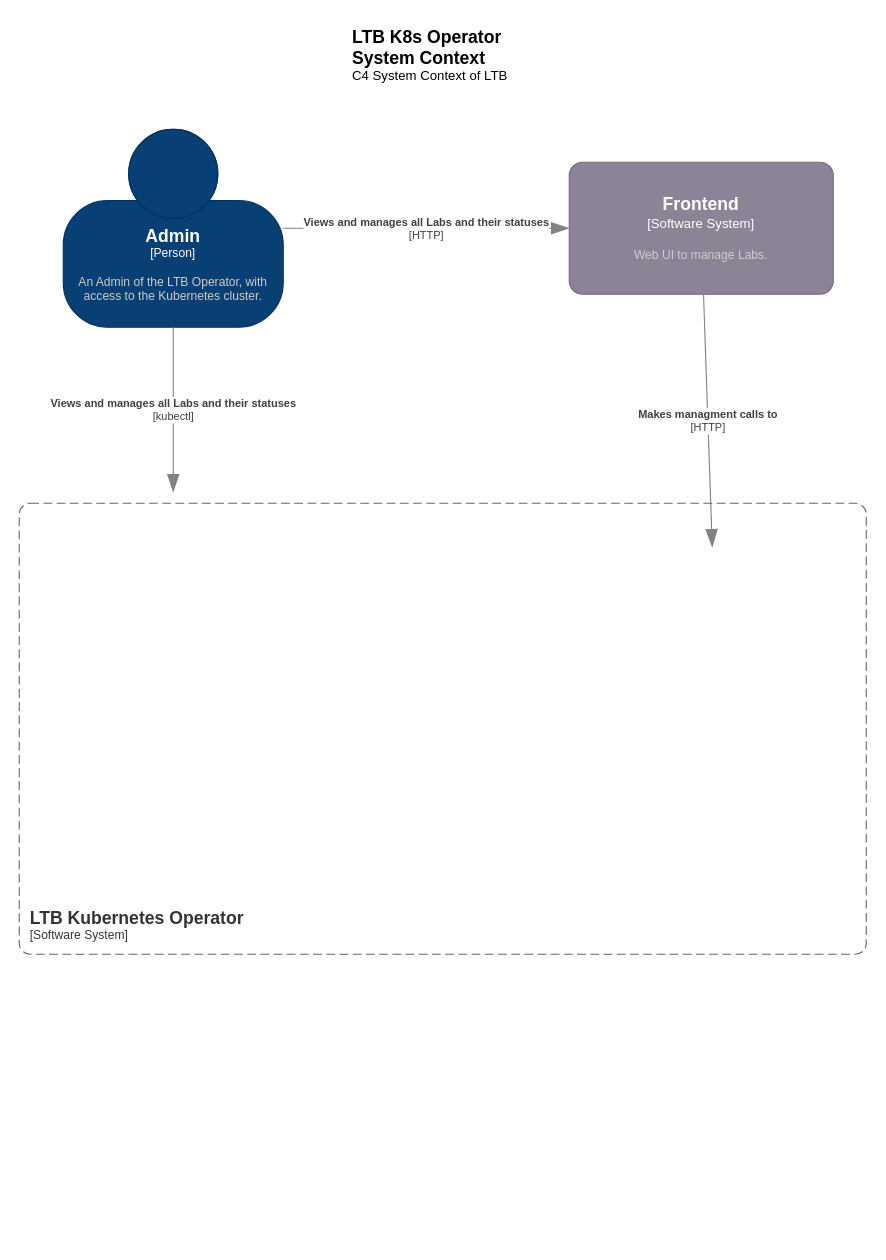
Before: page "Container" (2 of 3) of docs/assets/drawings/C4-Model.drawio in Lab-Topology-Builder/LTB-K8s-Backend, a draw.io diagram. Source tidied: cells renumbered, new cells numbered last; positions are measured from the earlier drawing's top-left corner, leaving out a move shared by most shapes. Both pictures are drawn from the tidied source at 110%, with x=0, y=0 at pixel (19, 19).
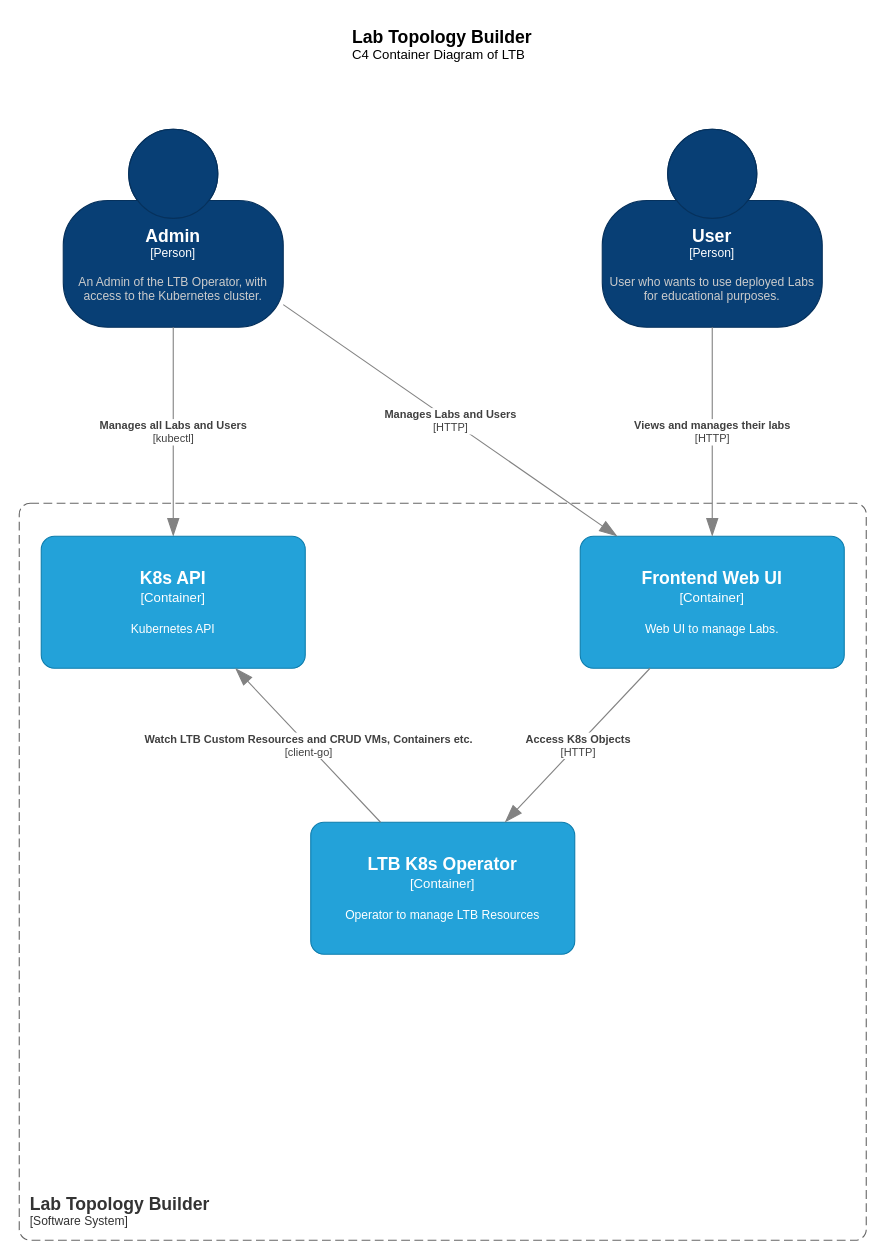
After the change.

The change refers to these unchanged cells:
```xml
<object id="2" label="&lt;font style=&quot;font-size: 16px&quot;&gt;&lt;b&gt;%c4Name%&lt;/b&gt;&lt;/font&gt;&lt;div&gt;[%c4Type%]&lt;/div&gt;&lt;br&gt;&lt;div&gt;&lt;font style=&quot;font-size: 11px&quot;&gt;&lt;font color=&quot;#cccccc&quot;&gt;%c4Description%&lt;/font&gt;&lt;/div&gt;" c4Description="An Admin of the LTB Operator, with access to the Kubernetes cluster." c4Name="Admin" c4Type="Person" placeholders="1">
  <mxCell style="html=1;fontSize=11;dashed=0;whiteSpace=wrap;fillColor=#083F75;strokeColor=#06315C;fontColor=#ffffff;shape=mxgraph.c4.person2;align=center;points=[[0.5,0,0],[1,0.5,0],[1,0.75,0],[0.75,1,0],[0.5,1,0],[0.25,1,0],[0,0.75,0],[0,0.5,0]];" parent="1" vertex="1">
    <mxGeometry x="40" y="100" width="200" height="180" as="geometry" />
  </mxCell>
</object>
```

Change to the diagram source:
```diff
@@
-    <object id="3" label="&lt;font style=&quot;font-size: 16px&quot;&gt;&lt;b&gt;%c4Name%&lt;/b&gt;&lt;/font&gt;&lt;div&gt;[%c4Type%]&lt;/div&gt;&lt;br&gt;&lt;div&gt;&lt;font style=&quot;font-size: 11px&quot;&gt;&lt;font color=&quot;#cccccc&quot;&gt;%c4Description%&lt;/font&gt;&lt;/div&gt;" c4Description="Web UI to manage Labs." c4Name="Frontend" c4Type="Software System" placeholders="1">
-      <mxCell style="rounded=1;whiteSpace=wrap;html=1;labelBackgroundColor=none;fillColor=#8C8496;fontColor=#ffffff;align=center;arcSize=10;strokeColor=#736782;points=[[0.25,0,0],[0.5,0,0],[0.75,0,0],[1,0.25,0],[1,0.5,0],[1,0.75,0],[0.75,1,0],[0.5,1,0],[0.25,1,0],[0,0.75,0],[0,0.5,0],[0,0.25,0]];" parent="1" vertex="1">
-        <mxGeometry x="500" y="130" width="240" height="120" as="geometry" />
+    <object id="3" label="&lt;font style=&quot;font-size: 16px&quot;&gt;&lt;b&gt;%c4Name%&lt;/b&gt;&lt;/font&gt;&lt;div&gt;[%c4Type%]&lt;/div&gt;&lt;br&gt;&lt;div&gt;&lt;font style=&quot;font-size: 11px&quot;&gt;&lt;font&gt;%c4Description%&lt;/font&gt;&lt;/font&gt;&lt;/div&gt;" c4Description="Web UI to manage Labs." c4Name="Frontend Web UI" c4Type="Container" placeholders="1">
+      <mxCell style="rounded=1;whiteSpace=wrap;html=1;labelBackgroundColor=none;fillColor=#23A2D9;fontColor=#FFFFFF;align=center;arcSize=10;strokeColor=#0E7DAD;points=[[0.25,0,0],[0.5,0,0],[0.75,0,0],[1,0.25,0],[1,0.5,0],[1,0.75,0],[0.75,1,0],[0.5,1,0],[0.25,1,0],[0,0.75,0],[0,0.5,0],[0,0.25,0]];" parent="1" vertex="1">
+        <mxGeometry x="510" y="470" width="240" height="120" as="geometry" />
       </mxCell>
     </object>
-    <object id="4" label="&lt;font style=&quot;font-size: 16px&quot;&gt;&lt;b&gt;&lt;div style=&quot;text-align: left&quot;&gt;%c4Name%&lt;/div&gt;&lt;/b&gt;&lt;/font&gt;&lt;div style=&quot;text-align: left&quot;&gt;%c4Description%&lt;/div&gt;" c4Description="C4 System Context of LTB" c4Name="LTB K8s Operator System Context" placeholders="1">
+    <object id="4" label="&lt;font style=&quot;font-size: 16px&quot;&gt;&lt;b&gt;&lt;div style=&quot;text-align: left&quot;&gt;%c4Name%&lt;/div&gt;&lt;/b&gt;&lt;/font&gt;&lt;div style=&quot;text-align: left&quot;&gt;%c4Description%&lt;/div&gt;" c4Description="C4 Container Diagram of LTB" c4Name="Lab Topology Builder" placeholders="1">
       <mxCell style="text;html=1;strokeColor=none;fillColor=none;align=left;verticalAlign=top;whiteSpace=wrap;rounded=0;" parent="1" vertex="1">
         <mxGeometry x="301" width="166" height="40" as="geometry" />
       </mxCell>
     </object>
-    <object id="5" label="&lt;div style=&quot;text-align: left&quot;&gt;&lt;div style=&quot;text-align: center&quot;&gt;&lt;b&gt;%c4Description%&lt;/b&gt;&lt;/div&gt;&lt;div style=&quot;text-align: center&quot;&gt;[%c4Technology%]&lt;/div&gt;&lt;/div&gt;" c4Description="Makes managment calls to" c4Technology="HTTP" placeholders="1">
-      <mxCell style="endArrow=blockThin;html=1;fontSize=10;fontColor=#404040;strokeWidth=1;endFill=1;strokeColor=#828282;elbow=vertical;endSize=14;startSize=14;jumpStyle=arc;jumpSize=16;rounded=0;" parent="1" edge="1" source="3">
-        <mxGeometry relative="1" as="geometry">
-          <mxPoint x="630" y="480" as="targetPoint" />
-        </mxGeometry>
-      </mxCell>
-    </object>
-    <object id="6" label="&lt;div style=&quot;text-align: left&quot;&gt;&lt;div style=&quot;text-align: center&quot;&gt;&lt;b&gt;%c4Description%&lt;/b&gt;&lt;/div&gt;&lt;div style=&quot;text-align: center&quot;&gt;[%c4Technology%]&lt;/div&gt;&lt;/div&gt;" c4Description="Views and manages all Labs and their statuses" c4Technology="kubectl" placeholders="1">
-      <mxCell style="endArrow=blockThin;html=1;fontSize=10;fontColor=#404040;strokeWidth=1;endFill=1;strokeColor=#828282;elbow=vertical;endSize=14;startSize=14;jumpStyle=arc;jumpSize=16;rounded=0;edgeStyle=orthogonalEdgeStyle;" parent="1" edge="1" source="2">
-        <mxGeometry relative="1" as="geometry">
-          <mxPoint x="140" y="430" as="targetPoint" />
-        </mxGeometry>
+    <object id="6" label="&lt;div style=&quot;text-align: left&quot;&gt;&lt;div style=&quot;text-align: center&quot;&gt;&lt;b&gt;%c4Description%&lt;/b&gt;&lt;/div&gt;&lt;div style=&quot;text-align: center&quot;&gt;[%c4Technology%]&lt;/div&gt;&lt;/div&gt;" c4Description="Manages all Labs and Users" c4Technology="kubectl" placeholders="1">
+      <mxCell style="endArrow=blockThin;html=1;fontSize=10;fontColor=#404040;strokeWidth=1;endFill=1;strokeColor=#828282;elbow=vertical;endSize=14;startSize=14;jumpStyle=arc;jumpSize=16;rounded=0;" parent="1" edge="1" source="2" target="11">
+        <mxGeometry relative="1" as="geometry" />
       </mxCell>
     </object>
-    <object id="7" label="&lt;div style=&quot;text-align: left&quot;&gt;&lt;div style=&quot;text-align: center&quot;&gt;&lt;b&gt;%c4Description%&lt;/b&gt;&lt;/div&gt;&lt;div style=&quot;text-align: center&quot;&gt;[%c4Technology%]&lt;/div&gt;&lt;/div&gt;" c4Description="Views and manages all Labs and their statuses" c4Technology="HTTP" placeholders="1">
+    <object id="7" label="&lt;div style=&quot;text-align: left&quot;&gt;&lt;div style=&quot;text-align: center&quot;&gt;&lt;b&gt;%c4Description%&lt;/b&gt;&lt;/div&gt;&lt;div style=&quot;text-align: center&quot;&gt;[%c4Technology%]&lt;/div&gt;&lt;/div&gt;" c4Description="Manages Labs and Users" c4Technology="HTTP" placeholders="1">
       <mxCell style="endArrow=blockThin;html=1;fontSize=10;fontColor=#404040;strokeWidth=1;endFill=1;strokeColor=#828282;elbow=vertical;endSize=14;startSize=14;jumpStyle=arc;jumpSize=16;rounded=0;" parent="1" edge="1" source="2" target="3">
         <mxGeometry relative="1" as="geometry" />
       </mxCell>
     </object>
-    <object id="8" label="&lt;font style=&quot;font-size: 16px&quot;&gt;&lt;b&gt;&lt;div style=&quot;text-align: left&quot;&gt;%c4Name%&lt;/div&gt;&lt;/b&gt;&lt;/font&gt;&lt;div style=&quot;text-align: left&quot;&gt;[%c4Application%]&lt;/div&gt;" c4Application="Software System" c4Name="LTB Kubernetes Operator" placeholders="1">
+    <object id="8" label="&lt;font style=&quot;font-size: 16px&quot;&gt;&lt;b&gt;&lt;div style=&quot;text-align: left&quot;&gt;%c4Name%&lt;/div&gt;&lt;/b&gt;&lt;/font&gt;&lt;div style=&quot;text-align: left&quot;&gt;[%c4Application%]&lt;/div&gt;" c4Application="Software System" c4Name="Lab Topology Builder" placeholders="1">
       <mxCell style="rounded=1;fontSize=11;whiteSpace=wrap;html=1;dashed=1;arcSize=20;fillColor=none;strokeColor=#666666;fontColor=#333333;labelBackgroundColor=none;align=left;verticalAlign=bottom;labelBorderColor=none;spacingTop=0;spacing=10;dashPattern=8 4;perimeter=rectanglePerimeter;noLabel=0;labelPadding=0;absoluteArcSize=1;" parent="1" vertex="1">
-        <mxGeometry y="440" width="770" height="410" as="geometry" />
+        <mxGeometry y="440" width="770" height="670" as="geometry" />
       </mxCell>
     </object>
+    <object id="9" label="&lt;font style=&quot;font-size: 16px&quot;&gt;&lt;b&gt;%c4Name%&lt;/b&gt;&lt;/font&gt;&lt;div&gt;[%c4Type%]&lt;/div&gt;&lt;br&gt;&lt;div&gt;&lt;font style=&quot;font-size: 11px&quot;&gt;&lt;font color=&quot;#cccccc&quot;&gt;%c4Description%&lt;/font&gt;&lt;/div&gt;" c4Description="User who wants to use deployed Labs for educational purposes." c4Name="User" c4Type="Person" placeholders="1">
+      <mxCell style="html=1;fontSize=11;dashed=0;whiteSpace=wrap;fillColor=#083f75;strokeColor=#06315c;fontColor=#ffffff;shape=mxgraph.c4.person2;align=center;points=[[0.5,0,0],[1,0.5,0],[1,0.75,0],[0.75,1,0],[0.5,1,0],[0.25,1,0],[0,0.75,0],[0,0.5,0]];" parent="1" vertex="1">
+        <mxGeometry x="530" y="100" width="200" height="180" as="geometry" />
+      </mxCell>
+    </object>
+    <object id="10" label="&lt;div style=&quot;text-align: left&quot;&gt;&lt;div style=&quot;text-align: center&quot;&gt;&lt;b&gt;%c4Description%&lt;/b&gt;&lt;/div&gt;&lt;div style=&quot;text-align: center&quot;&gt;[%c4Technology%]&lt;/div&gt;&lt;/div&gt;" c4Description="Views and manages their labs" c4Technology="HTTP" placeholders="1">
+      <mxCell style="endArrow=blockThin;html=1;fontSize=10;fontColor=#404040;strokeWidth=1;endFill=1;strokeColor=#828282;elbow=vertical;endSize=14;startSize=14;jumpStyle=arc;jumpSize=16;rounded=0;" parent="1" edge="1" source="9" target="3">
+        <mxGeometry relative="1" as="geometry" />
+      </mxCell>
+    </object>
+    <object id="11" label="&lt;font style=&quot;font-size: 16px&quot;&gt;&lt;b&gt;%c4Name%&lt;/b&gt;&lt;/font&gt;&lt;div&gt;[%c4Type%]&lt;/div&gt;&lt;br&gt;&lt;div&gt;&lt;font style=&quot;font-size: 11px&quot;&gt;&lt;font&gt;%c4Description%&lt;/font&gt;&lt;/font&gt;&lt;/div&gt;" c4Description="Kubernetes API" c4Name="K8s API" c4Type="Container" placeholders="1">
+      <mxCell style="rounded=1;whiteSpace=wrap;html=1;labelBackgroundColor=none;fillColor=#23A2D9;fontColor=#FFFFFF;align=center;arcSize=10;strokeColor=#0E7DAD;points=[[0.25,0,0],[0.5,0,0],[0.75,0,0],[1,0.25,0],[1,0.5,0],[1,0.75,0],[0.75,1,0],[0.5,1,0],[0.25,1,0],[0,0.75,0],[0,0.5,0],[0,0.25,0]];" parent="1" vertex="1">
+        <mxGeometry x="20" y="470" width="240" height="120" as="geometry" />
+      </mxCell>
+    </object>
+    <object id="12" label="&lt;font style=&quot;font-size: 16px&quot;&gt;&lt;b&gt;%c4Name%&lt;/b&gt;&lt;/font&gt;&lt;div&gt;[%c4Type%]&lt;/div&gt;&lt;br&gt;&lt;div&gt;&lt;font style=&quot;font-size: 11px&quot;&gt;&lt;font&gt;%c4Description%&lt;/font&gt;&lt;/font&gt;&lt;/div&gt;" c4Description="Operator to manage LTB Resources" c4Name="LTB K8s Operator" c4Type="Container" placeholders="1">
+      <mxCell style="rounded=1;whiteSpace=wrap;html=1;labelBackgroundColor=none;fillColor=#23A2D9;fontColor=#FFFFFF;align=center;arcSize=10;strokeColor=#0E7DAD;points=[[0.25,0,0],[0.5,0,0],[0.75,0,0],[1,0.25,0],[1,0.5,0],[1,0.75,0],[0.75,1,0],[0.5,1,0],[0.25,1,0],[0,0.75,0],[0,0.5,0],[0,0.25,0]];" parent="1" vertex="1">
+        <mxGeometry x="265" y="730" width="240" height="120" as="geometry" />
+      </mxCell>
+    </object>
+    <object id="13" label="&lt;div style=&quot;text-align: left&quot;&gt;&lt;div style=&quot;text-align: center&quot;&gt;&lt;b&gt;%c4Description%&lt;/b&gt;&lt;/div&gt;&lt;div style=&quot;text-align: center&quot;&gt;[%c4Technology%]&lt;/div&gt;&lt;/div&gt;" c4Description="Access K8s Objects" c4Technology="HTTP" placeholders="1">
+      <mxCell style="endArrow=blockThin;html=1;fontSize=10;fontColor=#404040;strokeWidth=1;endFill=1;strokeColor=#828282;elbow=vertical;endSize=14;startSize=14;jumpStyle=arc;jumpSize=16;rounded=0;" parent="1" edge="1" source="3" target="12">
+        <mxGeometry relative="1" as="geometry" />
+      </mxCell>
+    </object>
+    <object id="14" label="&lt;div style=&quot;text-align: left&quot;&gt;&lt;div style=&quot;text-align: center&quot;&gt;&lt;b&gt;%c4Description%&lt;/b&gt;&lt;/div&gt;&lt;div style=&quot;text-align: center&quot;&gt;[%c4Technology%]&lt;/div&gt;&lt;/div&gt;" c4Description="Watch LTB Custom Resources and CRUD VMs, Containers etc." c4Technology="client-go" placeholders="1">
+      <mxCell style="endArrow=blockThin;html=1;fontSize=10;fontColor=#404040;strokeWidth=1;endFill=1;strokeColor=#828282;elbow=vertical;endSize=14;startSize=14;jumpStyle=arc;jumpSize=16;rounded=0;" parent="1" edge="1" source="12" target="11">
+        <mxGeometry relative="1" as="geometry" />
+      </mxCell>
+    </object>
```
